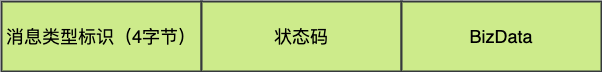
The draw.io diagram pics/rocketmq/wangguanresponse.png in makemyownlife/makemyownlife.github.io, before a commit. Source tidied: cells renumbered, new cells last; positions are measured from the earlier drawing's top-left corner, leaving out a move shared by most shapes. Its diagram source:
```xml
<mxGraphModel>
  <root>
    <mxCell id="0" />
    <mxCell id="1" parent="0" />
    <mxCell id="2" value="&lt;font style=&quot;font-size: 18px&quot;&gt;消息类型标识（4字节）&lt;/font&gt;" style="rounded=0;whiteSpace=wrap;html=1;strokeWidth=2;fillColor=#cdeb8b;strokeColor=#36393d;" parent="1" vertex="1">
      <mxGeometry width="200" height="70" as="geometry" />
    </mxCell>
    <mxCell id="3" value="&lt;span style=&quot;font-size: 18px&quot;&gt;状态码&lt;/span&gt;" style="rounded=0;whiteSpace=wrap;html=1;strokeWidth=2;fillColor=#cdeb8b;strokeColor=#36393d;" parent="1" vertex="1">
      <mxGeometry x="200" width="200" height="70" as="geometry" />
    </mxCell>
    <mxCell id="4" value="&lt;span style=&quot;font-size: 18px&quot;&gt;BizData&lt;/span&gt;" style="rounded=0;whiteSpace=wrap;html=1;strokeWidth=2;fillColor=#cdeb8b;strokeColor=#36393d;" parent="1" vertex="1">
      <mxGeometry x="400" width="200" height="70" as="geometry" />
    </mxCell>
  </root>
</mxGraphModel>
```
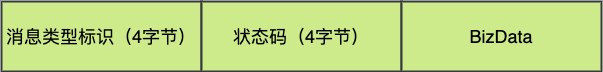
The same file after the commit.

Diff of the diagram source:
```diff
@@ -5,7 +5,7 @@
     <mxCell id="2" value="&lt;font style=&quot;font-size: 18px&quot;&gt;消息类型标识（4字节）&lt;/font&gt;" style="rounded=0;whiteSpace=wrap;html=1;strokeWidth=2;fillColor=#cdeb8b;strokeColor=#36393d;" parent="1" vertex="1">
       <mxGeometry width="200" height="70" as="geometry" />
     </mxCell>
-    <mxCell id="3" value="&lt;span style=&quot;font-size: 18px&quot;&gt;状态码&lt;/span&gt;" style="rounded=0;whiteSpace=wrap;html=1;strokeWidth=2;fillColor=#cdeb8b;strokeColor=#36393d;" parent="1" vertex="1">
+    <mxCell id="3" value="&lt;span style=&quot;font-size: 18px&quot;&gt;状态码&lt;/span&gt;&lt;span style=&quot;font-size: 18px&quot;&gt;（4字节）&lt;/span&gt;" style="rounded=0;whiteSpace=wrap;html=1;strokeWidth=2;fillColor=#cdeb8b;strokeColor=#36393d;" parent="1" vertex="1">
       <mxGeometry x="200" width="200" height="70" as="geometry" />
     </mxCell>
     <mxCell id="4" value="&lt;span style=&quot;font-size: 18px&quot;&gt;BizData&lt;/span&gt;" style="rounded=0;whiteSpace=wrap;html=1;strokeWidth=2;fillColor=#cdeb8b;strokeColor=#36393d;" parent="1" vertex="1">
```
